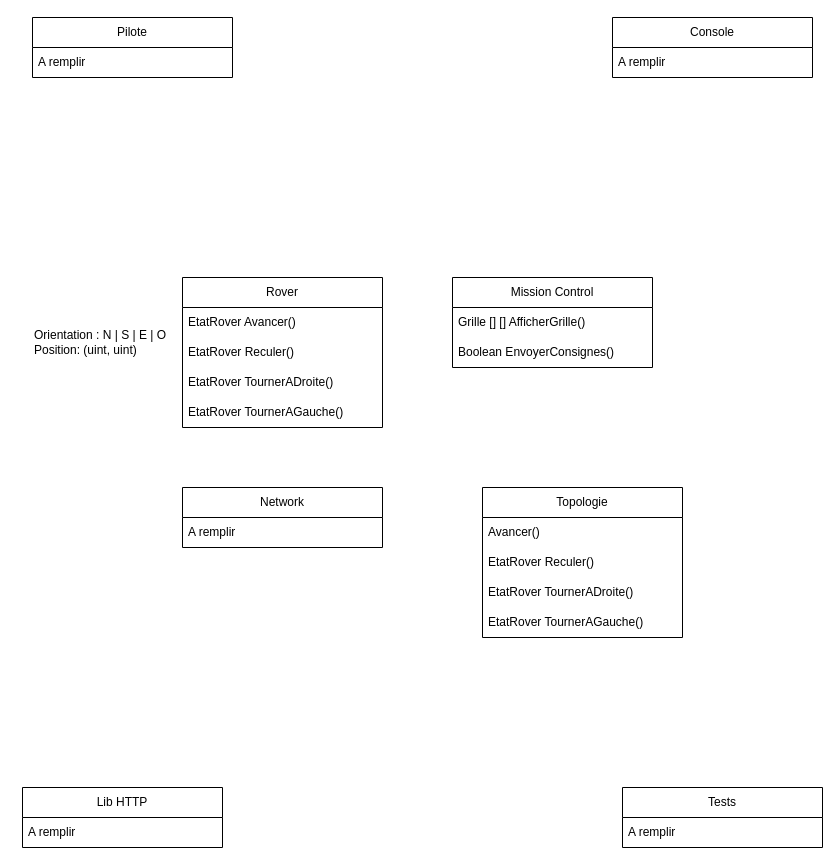
pvayssier/archi_logiciel keeps this draw.io diagram as page "Page-2" (2 of 2) of schema.drawio. Above is the earlier version. Source tidied: cells renumbered, new cells numbered last; positions are measured from the earlier drawing's top-left corner, leaving out a move shared by most shapes. Both pictures are drawn from the tidied source at 100%, with x=0, y=0 at pixel (22, 17).
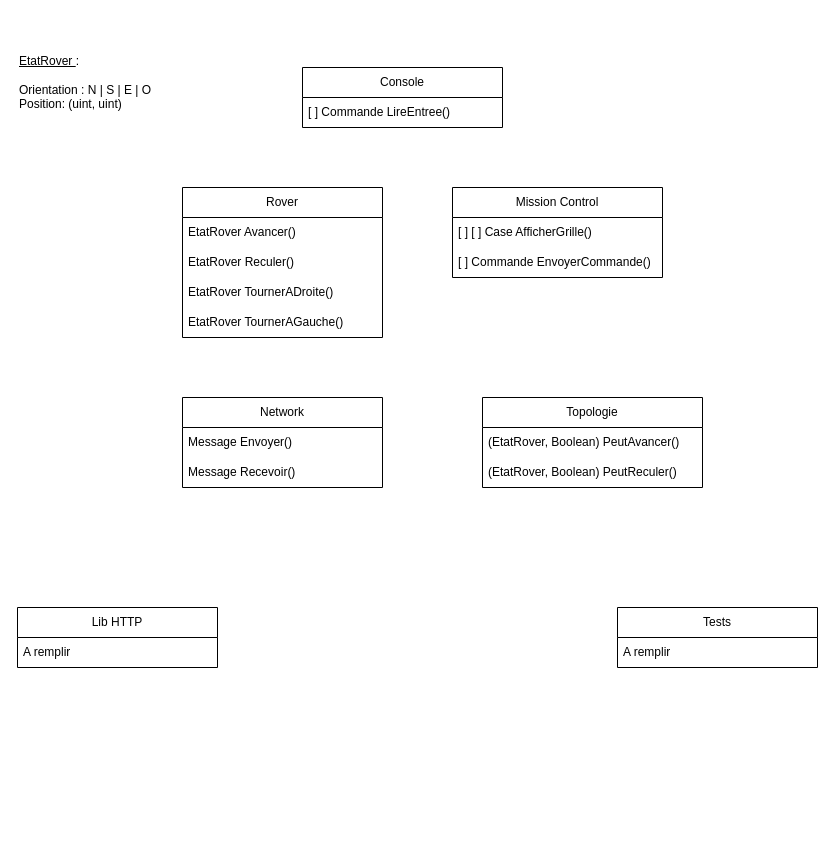
After the change.

Diff of the diagram source:
```diff
@@
     <mxCell id="2" value="Rover" style="swimlane;fontStyle=0;horizontal=1;startSize=30;whiteSpace=wrap;html=1;" parent="1" vertex="1">
-      <mxGeometry x="160" y="260" width="200" height="150" as="geometry" />
+      <mxGeometry x="160" y="170" width="200" height="150" as="geometry" />
     </mxCell>
@@
-    <mxCell id="7" value="Orientation : N | S | E | O&lt;div&gt;Position: (uint, uint)&lt;/div&gt;" style="text;strokeColor=none;align=left;fillColor=none;html=1;verticalAlign=middle;whiteSpace=wrap;rounded=0;" parent="1" vertex="1">
-      <mxGeometry x="10" y="310" width="140" height="30" as="geometry" />
+    <mxCell id="7" value="&lt;div&gt;&lt;u&gt;EtatRover &lt;/u&gt;:&lt;/div&gt;&lt;div&gt;&lt;br&gt;&lt;/div&gt;Orientation : N | S | E | O&lt;div&gt;Position: (uint, uint)&lt;/div&gt;" style="text;strokeColor=none;align=left;fillColor=none;html=1;verticalAlign=middle;whiteSpace=wrap;rounded=0;" parent="1" vertex="1">
+      <mxGeometry x="-5" y="50" width="140" height="30" as="geometry" />
     </mxCell>
     <mxCell id="8" value="Topologie" style="swimlane;fontStyle=0;horizontal=1;startSize=30;whiteSpace=wrap;html=1;" parent="1" vertex="1">
-      <mxGeometry x="460" y="470" width="200" height="150" as="geometry" />
+      <mxGeometry x="460" y="380" width="220" height="90" as="geometry" />
     </mxCell>
-    <mxCell id="9" value="Avancer()" style="text;strokeColor=none;fillColor=none;align=left;verticalAlign=middle;spacingLeft=4;spacingRight=4;overflow=hidden;whiteSpace=wrap;html=1;" parent="8" vertex="1">
-      <mxGeometry y="30" width="200" height="30" as="geometry" />
+    <mxCell id="9" value="(EtatRover, Boolean) PeutAvancer()" style="text;strokeColor=none;fillColor=none;align=left;verticalAlign=middle;spacingLeft=4;spacingRight=4;overflow=hidden;whiteSpace=wrap;html=1;" parent="8" vertex="1">
+      <mxGeometry y="30" width="220" height="30" as="geometry" />
     </mxCell>
-    <mxCell id="10" value="EtatRover Reculer()" style="text;strokeColor=none;fillColor=none;align=left;verticalAlign=middle;spacingLeft=4;spacingRight=4;overflow=hidden;whiteSpace=wrap;html=1;" parent="8" vertex="1">
-      <mxGeometry y="60" width="200" height="30" as="geometry" />
+    <mxCell id="10" value="(EtatRover, Boolean) PeutReculer()" style="text;strokeColor=none;fillColor=none;align=left;verticalAlign=middle;spacingLeft=4;spacingRight=4;overflow=hidden;whiteSpace=wrap;html=1;" parent="8" vertex="1">
+      <mxGeometry y="60" width="220" height="30" as="geometry" />
     </mxCell>
-    <mxCell id="11" value="EtatRover TournerADroite()" style="text;strokeColor=none;fillColor=none;align=left;verticalAlign=middle;spacingLeft=4;spacingRight=4;overflow=hidden;whiteSpace=wrap;html=1;" parent="8" vertex="1">
-      <mxGeometry y="90" width="200" height="30" as="geometry" />
-    </mxCell>
-    <mxCell id="12" value="EtatRover TournerAGauche()" style="text;strokeColor=none;fillColor=none;align=left;verticalAlign=middle;spacingLeft=4;spacingRight=4;overflow=hidden;whiteSpace=wrap;html=1;" parent="8" vertex="1">
-      <mxGeometry y="120" width="200" height="30" as="geometry" />
-    </mxCell>
     <mxCell id="13" value="Mission Control" style="swimlane;fontStyle=0;horizontal=1;startSize=30;whiteSpace=wrap;html=1;" parent="1" vertex="1">
-      <mxGeometry x="430" y="260" width="200" height="90" as="geometry" />
+      <mxGeometry x="430" y="170" width="210" height="90" as="geometry" />
     </mxCell>
-    <mxCell id="14" value="Grille [] [] AfficherGrille()" style="text;strokeColor=none;fillColor=none;align=left;verticalAlign=middle;spacingLeft=4;spacingRight=4;overflow=hidden;whiteSpace=wrap;html=1;" parent="13" vertex="1">
-      <mxGeometry y="30" width="200" height="30" as="geometry" />
+    <mxCell id="14" value="[ ] [ ] Case AfficherGrille()" style="text;strokeColor=none;fillColor=none;align=left;verticalAlign=middle;spacingLeft=4;spacingRight=4;overflow=hidden;whiteSpace=wrap;html=1;" parent="13" vertex="1">
+      <mxGeometry y="30" width="210" height="30" as="geometry" />
     </mxCell>
-    <mxCell id="15" value="Boolean EnvoyerConsignes()" style="text;strokeColor=none;fillColor=none;align=left;verticalAlign=middle;spacingLeft=4;spacingRight=4;overflow=hidden;whiteSpace=wrap;html=1;" parent="13" vertex="1">
-      <mxGeometry y="60" width="200" height="30" as="geometry" />
+    <mxCell id="15" value="[ ] Commande EnvoyerCommande()" style="text;strokeColor=none;fillColor=none;align=left;verticalAlign=middle;spacingLeft=4;spacingRight=4;overflow=hidden;whiteSpace=wrap;html=1;" parent="13" vertex="1">
+      <mxGeometry y="60" width="210" height="30" as="geometry" />
     </mxCell>
     <mxCell id="16" value="Network" style="swimlane;fontStyle=0;horizontal=1;startSize=30;whiteSpace=wrap;html=1;" parent="1" vertex="1">
-      <mxGeometry x="160" y="470" width="200" height="60" as="geometry" />
+      <mxGeometry x="160" y="380" width="200" height="90" as="geometry" />
     </mxCell>
-    <mxCell id="17" value="A remplir" style="text;strokeColor=none;fillColor=none;align=left;verticalAlign=middle;spacingLeft=4;spacingRight=4;overflow=hidden;whiteSpace=wrap;html=1;" parent="16" vertex="1">
+    <mxCell id="17" value="Message Envoyer()" style="text;strokeColor=none;fillColor=none;align=left;verticalAlign=middle;spacingLeft=4;spacingRight=4;overflow=hidden;whiteSpace=wrap;html=1;" parent="16" vertex="1">
       <mxGeometry y="30" width="200" height="30" as="geometry" />
     </mxCell>
-    <mxCell id="18" value="Pilote" style="swimlane;fontStyle=0;horizontal=1;startSize=30;whiteSpace=wrap;html=1;" parent="1" vertex="1">
-      <mxGeometry x="10" width="200" height="60" as="geometry" />
-    </mxCell>
-    <mxCell id="19" value="A remplir" style="text;strokeColor=none;fillColor=none;align=left;verticalAlign=middle;spacingLeft=4;spacingRight=4;overflow=hidden;whiteSpace=wrap;html=1;" parent="18" vertex="1">
-      <mxGeometry y="30" width="200" height="30" as="geometry" />
-    </mxCell>
+    <mxCell id="26" value="Message Recevoir()" style="text;strokeColor=none;fillColor=none;align=left;verticalAlign=middle;spacingLeft=4;spacingRight=4;overflow=hidden;whiteSpace=wrap;html=1;" parent="16" vertex="1">
+      <mxGeometry y="60" width="200" height="30" as="geometry" />
+    </mxCell>
     <mxCell id="20" value="Console" style="swimlane;fontStyle=0;horizontal=1;startSize=30;whiteSpace=wrap;html=1;" parent="1" vertex="1">
-      <mxGeometry x="590" width="200" height="60" as="geometry" />
+      <mxGeometry x="280" y="50" width="200" height="60" as="geometry" />
     </mxCell>
-    <mxCell id="21" value="A remplir" style="text;strokeColor=none;fillColor=none;align=left;verticalAlign=middle;spacingLeft=4;spacingRight=4;overflow=hidden;whiteSpace=wrap;html=1;" parent="20" vertex="1">
-      <mxGeometry y="30" width="200" height="30" as="geometry" />
-    </mxCell>
+    <mxCell id="27" value="[ ] Commande LireEntree()" style="text;strokeColor=none;fillColor=none;align=left;verticalAlign=middle;spacingLeft=4;spacingRight=4;overflow=hidden;whiteSpace=wrap;html=1;" parent="20" vertex="1">
+      <mxGeometry y="30" width="200" height="30" as="geometry" />
+    </mxCell>
     <mxCell id="22" value="Lib HTTP" style="swimlane;fontStyle=0;horizontal=1;startSize=30;whiteSpace=wrap;html=1;" parent="1" vertex="1">
-      <mxGeometry y="770" width="200" height="60" as="geometry" />
+      <mxGeometry x="-5" y="590" width="200" height="60" as="geometry" />
     </mxCell>
@@
     <mxCell id="24" value="Tests" style="swimlane;fontStyle=0;horizontal=1;startSize=30;whiteSpace=wrap;html=1;" parent="1" vertex="1">
-      <mxGeometry x="600" y="770" width="200" height="60" as="geometry" />
+      <mxGeometry x="595" y="590" width="200" height="60" as="geometry" />
     </mxCell>
```
